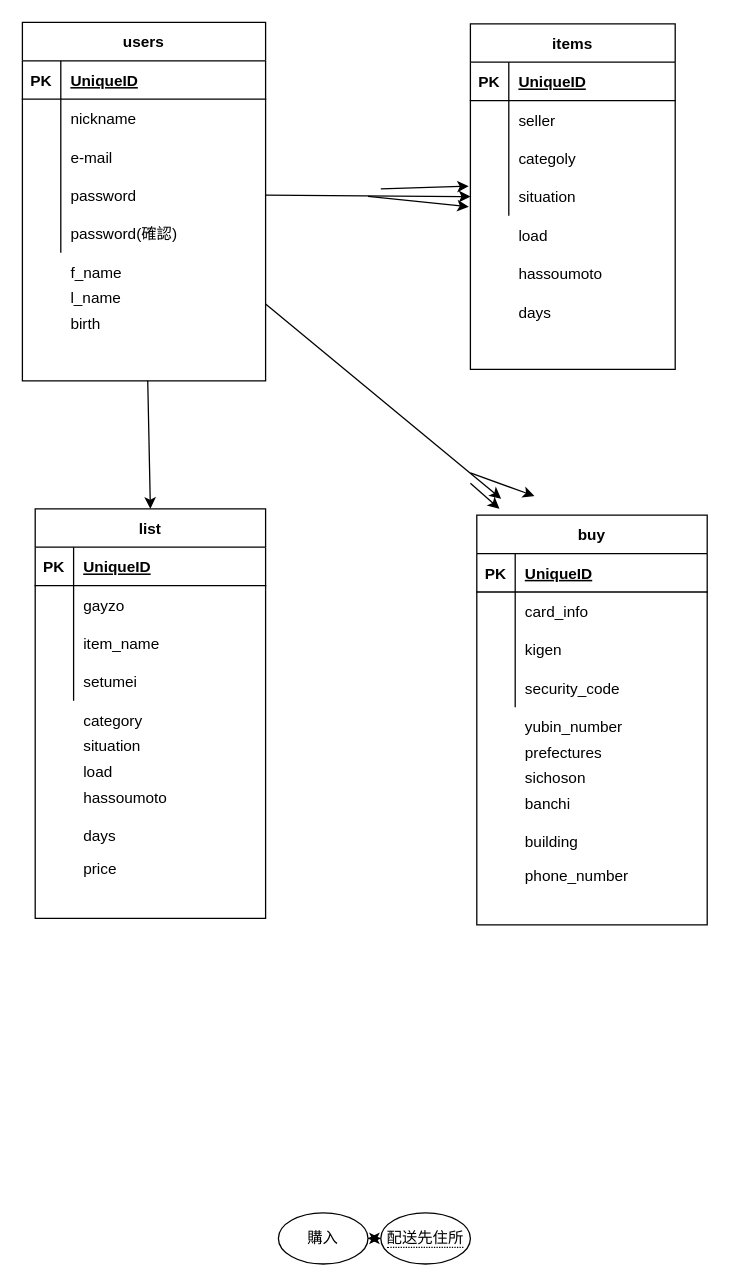
Before: config/DB設計.dio in s-oto/furima-39720, a draw.io diagram. Source tidied: cells renumbered, new cells numbered last; positions are measured from the earlier drawing's top-left corner, leaving out a move shared by most shapes. Both pictures are drawn from the tidied source at 128%, with x=0, y=0 at pixel (22, 22).
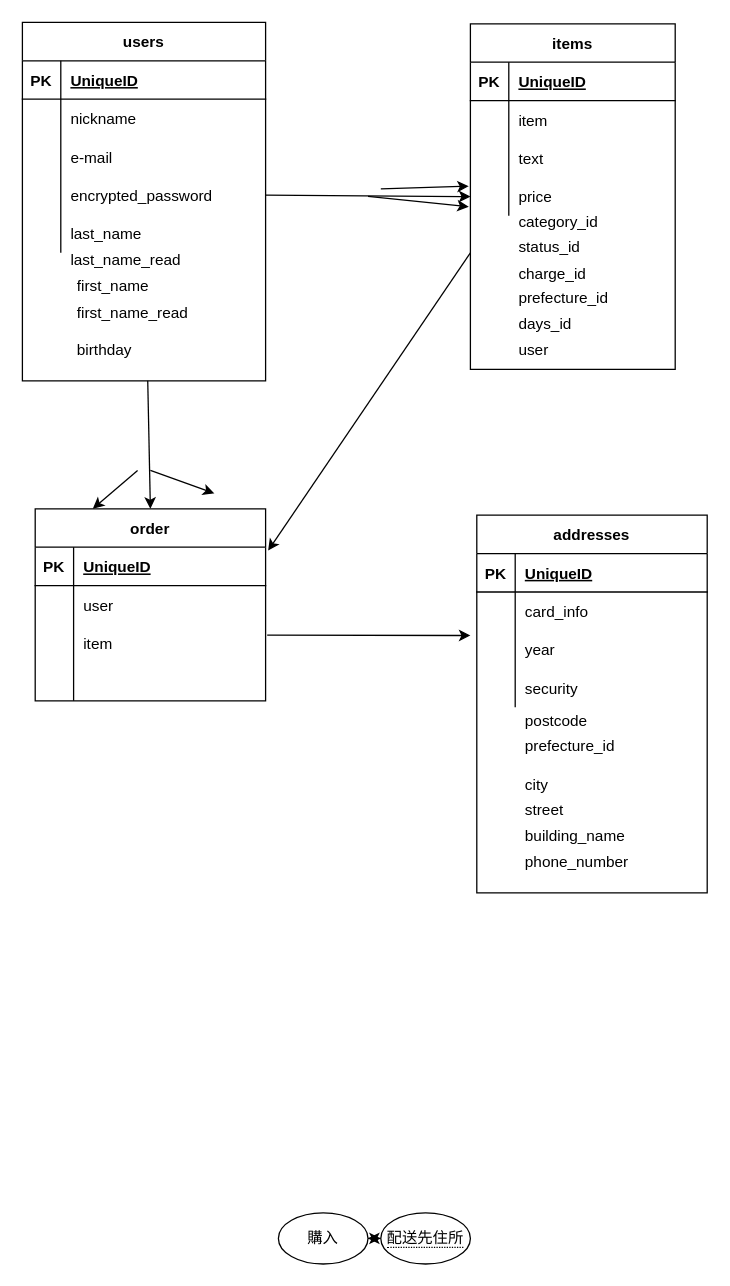
The same page after the edit.

The change refers to these unchanged cells:
```xml
<mxCell id="6" style="shape=tableRow;horizontal=0;startSize=0;swimlaneHead=0;swimlaneBody=0;fillColor=none;top=0;left=0;right=0;bottom=0;" parent="2" vertex="1">
  <mxGeometry y="60" width="160" height="30" as="geometry" />
</mxCell>
<mxCell id="9" style="shape=tableRow;horizontal=0;startSize=0;swimlaneHead=0;swimlaneBody=0;fillColor=none;top=0;left=0;right=0;bottom=0;" parent="2" vertex="1">
  <mxGeometry y="90" width="160" height="30" as="geometry" />
</mxCell>
<mxCell id="12" style="shape=tableRow;horizontal=0;startSize=0;swimlaneHead=0;swimlaneBody=0;fillColor=none;points=[[0,0.5],[1,0.5]];portConstraint=eastwest;top=0;left=0;right=0;bottom=0;" parent="2" vertex="1">
  <mxGeometry y="120" width="160" height="30" as="geometry" />
</mxCell>
<mxCell id="29" style="shape=tableRow;horizontal=0;startSize=0;swimlaneHead=0;swimlaneBody=0;fillColor=none;points=[[0,0.5],[1,0.5]];portConstraint=eastwest;top=0;left=0;right=0;bottom=0;" parent="19" vertex="1">
  <mxGeometry y="120" width="190" height="30" as="geometry" />
</mxCell>
<mxCell id="32" style="shape=tableRow;horizontal=0;startSize=0;swimlaneHead=0;swimlaneBody=0;fillColor=none;top=0;left=0;right=0;bottom=0;" parent="19" vertex="1">
  <mxGeometry y="150" width="190" height="30" as="geometry" />
</mxCell>
<mxCell id="36" style="shape=tableRow;horizontal=0;startSize=0;swimlaneHead=0;swimlaneBody=0;fillColor=none;points=[[0,0.5],[1,0.5]];portConstraint=eastwest;top=0;left=0;right=0;bottom=1;" parent="35" vertex="1">
  <mxGeometry y="30" width="180" height="30" as="geometry" />
</mxCell>
<mxCell id="39" style="shape=tableRow;horizontal=0;startSize=0;swimlaneHead=0;swimlaneBody=0;fillColor=none;top=0;left=0;right=0;bottom=0;" parent="35" vertex="1">
  <mxGeometry y="60" width="180" height="30" as="geometry" />
</mxCell>
<mxCell id="42" style="shape=tableRow;horizontal=0;startSize=0;swimlaneHead=0;swimlaneBody=0;fillColor=none;points=[[0,0.5],[1,0.5]];portConstraint=eastwest;top=0;left=0;right=0;bottom=0;" parent="35" vertex="1">
  <mxGeometry y="90" width="180" height="30" as="geometry" />
</mxCell>
<mxCell id="45" style="shape=tableRow;horizontal=0;startSize=0;swimlaneHead=0;swimlaneBody=0;fillColor=none;top=0;left=0;right=0;bottom=0;" parent="35" vertex="1">
  <mxGeometry y="120" width="180" height="30" as="geometry" />
</mxCell>
<mxCell id="70" style="shape=tableRow;horizontal=0;startSize=0;swimlaneHead=0;swimlaneBody=0;fillColor=none;top=0;left=0;right=0;bottom=0;" parent="63" vertex="1">
  <mxGeometry y="90" width="180" height="30" as="geometry" />
</mxCell>
<mxCell id="73" style="shape=tableRow;horizontal=0;startSize=0;swimlaneHead=0;swimlaneBody=0;fillColor=none;top=0;left=0;right=0;bottom=0;" parent="63" vertex="1">
  <mxGeometry y="120" width="180" height="30" as="geometry" />
</mxCell>
```

The edit, as a diff of the source:
```diff
@@
-    <mxCell id="8" value="seller" style="shape=partialRectangle;fillColor=none;top=0;left=0;bottom=0;right=0;align=left;spacingLeft=6;overflow=hidden;" parent="6" vertex="1">
+    <mxCell id="8" value="item" style="shape=partialRectangle;fillColor=none;top=0;left=0;bottom=0;right=0;align=left;spacingLeft=6;overflow=hidden;" parent="6" vertex="1">
       <mxGeometry x="30" width="130" height="30" as="geometry" />
     </mxCell>
@@
-    <mxCell id="11" value="categoly" style="shape=partialRectangle;fillColor=none;top=0;left=0;bottom=0;right=0;align=left;spacingLeft=6;overflow=hidden;" parent="9" vertex="1">
+    <mxCell id="11" value="text" style="shape=partialRectangle;fillColor=none;top=0;left=0;bottom=0;right=0;align=left;spacingLeft=6;overflow=hidden;" parent="9" vertex="1">
       <mxGeometry x="30" width="130" height="30" as="geometry" />
     </mxCell>
@@
-    <mxCell id="14" value="situation" style="shape=partialRectangle;fillColor=none;top=0;left=0;bottom=0;right=0;align=left;spacingLeft=6;overflow=hidden;" parent="12" vertex="1">
+    <mxCell id="14" value="price" style="shape=partialRectangle;fillColor=none;top=0;left=0;bottom=0;right=0;align=left;spacingLeft=6;overflow=hidden;" parent="12" vertex="1">
       <mxGeometry x="30" width="130" height="30" as="geometry" />
     </mxCell>
-    <mxCell id="15" value="load" style="shape=partialRectangle;fillColor=none;top=0;left=0;bottom=0;right=0;align=left;spacingLeft=6;overflow=hidden;" parent="1" vertex="1">
-      <mxGeometry x="380" y="151.1" width="130" height="30" as="geometry" />
+    <mxCell id="15" value="category_id" style="shape=partialRectangle;fillColor=none;top=0;left=0;bottom=0;right=0;align=left;spacingLeft=6;overflow=hidden;" parent="1" vertex="1">
+      <mxGeometry x="380" y="140" width="130" height="30" as="geometry" />
     </mxCell>
@@
-    <mxCell id="31" value="password" style="shape=partialRectangle;fillColor=none;top=0;left=0;bottom=0;right=0;align=left;spacingLeft=6;overflow=hidden;" parent="29" vertex="1">
+    <mxCell id="31" value="encrypted_password" style="shape=partialRectangle;fillColor=none;top=0;left=0;bottom=0;right=0;align=left;spacingLeft=6;overflow=hidden;" parent="29" vertex="1">
       <mxGeometry x="30" width="160" height="30" as="geometry" />
     </mxCell>
@@
-    <mxCell id="34" value="password(確認)" style="shape=partialRectangle;fillColor=none;top=0;left=0;bottom=0;right=0;align=left;spacingLeft=6;overflow=hidden;" parent="32" vertex="1">
+    <mxCell id="34" value="last_name" style="shape=partialRectangle;fillColor=none;top=0;left=0;bottom=0;right=0;align=left;spacingLeft=6;overflow=hidden;" parent="32" vertex="1">
       <mxGeometry x="30" width="160" height="30" as="geometry" />
     </mxCell>
-    <mxCell id="35" value="list" style="shape=table;startSize=30;childLayout=tableLayout;rowLines=0;fontStyle=1;align=center;" parent="1" vertex="1">
-      <mxGeometry x="10" y="380" width="180" height="320" as="geometry" />
+    <mxCell id="35" value="order" style="shape=table;startSize=30;childLayout=tableLayout;rowLines=0;fontStyle=1;align=center;" parent="1" vertex="1">
+      <mxGeometry x="10" y="380" width="180" height="150" as="geometry" />
     </mxCell>
@@
-    <mxCell id="41" value="gayzo" style="shape=partialRectangle;fillColor=none;top=0;left=0;bottom=0;right=0;align=left;spacingLeft=6;overflow=hidden;" parent="39" vertex="1">
+    <mxCell id="41" value="user" style="shape=partialRectangle;fillColor=none;top=0;left=0;bottom=0;right=0;align=left;spacingLeft=6;overflow=hidden;" parent="39" vertex="1">
       <mxGeometry x="30" width="150" height="30" as="geometry" />
     </mxCell>
@@
-    <mxCell id="44" value="item_name" style="shape=partialRectangle;fillColor=none;top=0;left=0;bottom=0;right=0;align=left;spacingLeft=6;overflow=hidden;" parent="42" vertex="1">
+    <mxCell id="44" value="item" style="shape=partialRectangle;fillColor=none;top=0;left=0;bottom=0;right=0;align=left;spacingLeft=6;overflow=hidden;" parent="42" vertex="1">
       <mxGeometry x="30" width="150" height="30" as="geometry" />
     </mxCell>
@@
-    <mxCell id="47" value="setumei" style="shape=partialRectangle;fillColor=none;top=0;left=0;bottom=0;right=0;align=left;spacingLeft=6;overflow=hidden;" parent="45" vertex="1">
+    <mxCell id="47" style="shape=partialRectangle;fillColor=none;top=0;left=0;bottom=0;right=0;align=left;spacingLeft=6;overflow=hidden;" parent="45" vertex="1">
       <mxGeometry x="30" width="150" height="30" as="geometry" />
     </mxCell>
@@
-    <mxCell id="52" value="f_name" style="shape=partialRectangle;fillColor=none;top=0;left=0;bottom=0;right=0;align=left;spacingLeft=6;overflow=hidden;" parent="1" vertex="1">
-      <mxGeometry x="30" y="180" width="160" height="30" as="geometry" />
+    <mxCell id="52" value="first_name" style="shape=partialRectangle;fillColor=none;top=0;left=0;bottom=0;right=0;align=left;spacingLeft=6;overflow=hidden;" parent="1" vertex="1">
+      <mxGeometry x="35" y="190" width="160" height="30" as="geometry" />
     </mxCell>
-    <mxCell id="53" value="l_name" style="shape=partialRectangle;fillColor=none;top=0;left=0;bottom=0;right=0;align=left;spacingLeft=6;overflow=hidden;" parent="1" vertex="1">
-      <mxGeometry x="30" y="200" width="160" height="30" as="geometry" />
+    <mxCell id="53" value="last_name_read" style="shape=partialRectangle;fillColor=none;top=0;left=0;bottom=0;right=0;align=left;spacingLeft=6;overflow=hidden;" parent="1" vertex="1">
+      <mxGeometry x="30" y="170" width="160" height="30" as="geometry" />
     </mxCell>
-    <mxCell id="54" value="birth" style="shape=partialRectangle;fillColor=none;top=0;left=0;bottom=0;right=0;align=left;spacingLeft=6;overflow=hidden;" parent="1" vertex="1">
-      <mxGeometry x="30" y="220" width="160" height="30" as="geometry" />
+    <mxCell id="54" value="birthday" style="shape=partialRectangle;fillColor=none;top=0;left=0;bottom=0;right=0;align=left;spacingLeft=6;overflow=hidden;" parent="1" vertex="1">
+      <mxGeometry x="35" y="240" width="160" height="30" as="geometry" />
     </mxCell>
-    <mxCell id="55" value="hassoumoto" style="shape=partialRectangle;fillColor=none;top=0;left=0;bottom=0;right=0;align=left;spacingLeft=6;overflow=hidden;" parent="1" vertex="1">
-      <mxGeometry x="380" y="181.1" width="130" height="30" as="geometry" />
+    <mxCell id="55" value="status_id" style="shape=partialRectangle;fillColor=none;top=0;left=0;bottom=0;right=0;align=left;spacingLeft=6;overflow=hidden;" parent="1" vertex="1">
+      <mxGeometry x="380" y="160" width="130" height="30" as="geometry" />
     </mxCell>
-    <mxCell id="56" value="days" style="shape=partialRectangle;fillColor=none;top=0;left=0;bottom=0;right=0;align=left;spacingLeft=6;overflow=hidden;" parent="1" vertex="1">
-      <mxGeometry x="380" y="211.1" width="130" height="30" as="geometry" />
+    <mxCell id="56" value="charge_id" style="shape=partialRectangle;fillColor=none;top=0;left=0;bottom=0;right=0;align=left;spacingLeft=6;overflow=hidden;" parent="1" vertex="1">
+      <mxGeometry x="380" y="181.1" width="130" height="30" as="geometry" />
     </mxCell>
-    <mxCell id="57" value="category" style="shape=partialRectangle;fillColor=none;top=0;left=0;bottom=0;right=0;align=left;spacingLeft=6;overflow=hidden;" parent="1" vertex="1">
-      <mxGeometry x="40" y="530" width="150" height="30" as="geometry" />
-    </mxCell>
-    <mxCell id="58" value="situation" style="shape=partialRectangle;fillColor=none;top=0;left=0;bottom=0;right=0;align=left;spacingLeft=6;overflow=hidden;" parent="1" vertex="1">
-      <mxGeometry x="40" y="550" width="150" height="30" as="geometry" />
-    </mxCell>
-    <mxCell id="59" value="load" style="shape=partialRectangle;fillColor=none;top=0;left=0;bottom=0;right=0;align=left;spacingLeft=6;overflow=hidden;" parent="1" vertex="1">
-      <mxGeometry x="40" y="570" width="150" height="30" as="geometry" />
-    </mxCell>
-    <mxCell id="60" value="hassoumoto" style="shape=partialRectangle;fillColor=none;top=0;left=0;bottom=0;right=0;align=left;spacingLeft=6;overflow=hidden;" parent="1" vertex="1">
-      <mxGeometry x="40" y="590" width="150" height="30" as="geometry" />
-    </mxCell>
-    <mxCell id="61" value="days" style="shape=partialRectangle;fillColor=none;top=0;left=0;bottom=0;right=0;align=left;spacingLeft=6;overflow=hidden;" parent="1" vertex="1">
-      <mxGeometry x="40" y="620" width="150" height="30" as="geometry" />
-    </mxCell>
-    <mxCell id="62" value="price" style="shape=partialRectangle;fillColor=none;top=0;left=0;bottom=0;right=0;align=left;spacingLeft=6;overflow=hidden;" parent="1" vertex="1">
-      <mxGeometry x="40" y="646" width="150" height="30" as="geometry" />
-    </mxCell>
-    <mxCell id="63" value="buy" style="shape=table;startSize=30;childLayout=tableLayout;rowLines=0;fontStyle=1;align=center;" parent="1" vertex="1">
-      <mxGeometry x="355" y="385" width="180" height="320" as="geometry" />
+    <mxCell id="63" value="addresses" style="shape=table;startSize=30;childLayout=tableLayout;rowLines=0;fontStyle=1;align=center;" parent="1" vertex="1">
+      <mxGeometry x="355" y="385" width="180" height="295" as="geometry" />
     </mxCell>
@@
-    <mxCell id="72" value="kigen" style="shape=partialRectangle;fillColor=none;top=0;left=0;bottom=0;right=0;align=left;spacingLeft=6;overflow=hidden;" parent="70" vertex="1">
+    <mxCell id="72" value="year" style="shape=partialRectangle;fillColor=none;top=0;left=0;bottom=0;right=0;align=left;spacingLeft=6;overflow=hidden;" parent="70" vertex="1">
       <mxGeometry x="30" width="150" height="30" as="geometry" />
     </mxCell>
@@
-    <mxCell id="75" value="security_code" style="shape=partialRectangle;fillColor=none;top=0;left=0;bottom=0;right=0;align=left;spacingLeft=6;overflow=hidden;" parent="73" vertex="1">
+    <mxCell id="75" value="security" style="shape=partialRectangle;fillColor=none;top=0;left=0;bottom=0;right=0;align=left;spacingLeft=6;overflow=hidden;" parent="73" vertex="1">
       <mxGeometry x="30" width="150" height="30" as="geometry" />
     </mxCell>
-    <mxCell id="76" value="yubin_number" style="shape=partialRectangle;fillColor=none;top=0;left=0;bottom=0;right=0;align=left;spacingLeft=6;overflow=hidden;" parent="1" vertex="1">
-      <mxGeometry x="385" y="535" width="150" height="30" as="geometry" />
-    </mxCell>
-    <mxCell id="77" value="prefectures" style="shape=partialRectangle;fillColor=none;top=0;left=0;bottom=0;right=0;align=left;spacingLeft=6;overflow=hidden;" parent="1" vertex="1">
-      <mxGeometry x="385" y="555" width="150" height="30" as="geometry" />
-    </mxCell>
-    <mxCell id="78" value="sichoson" style="shape=partialRectangle;fillColor=none;top=0;left=0;bottom=0;right=0;align=left;spacingLeft=6;overflow=hidden;" parent="1" vertex="1">
-      <mxGeometry x="385" y="575" width="150" height="30" as="geometry" />
-    </mxCell>
-    <mxCell id="79" value="banchi" style="shape=partialRectangle;fillColor=none;top=0;left=0;bottom=0;right=0;align=left;spacingLeft=6;overflow=hidden;" parent="1" vertex="1">
-      <mxGeometry x="385" y="595" width="150" height="30" as="geometry" />
-    </mxCell>
-    <mxCell id="80" value="building" style="shape=partialRectangle;fillColor=none;top=0;left=0;bottom=0;right=0;align=left;spacingLeft=6;overflow=hidden;" parent="1" vertex="1">
-      <mxGeometry x="385" y="625" width="150" height="30" as="geometry" />
+    <mxCell id="80" value="building_name" style="shape=partialRectangle;fillColor=none;top=0;left=0;bottom=0;right=0;align=left;spacingLeft=6;overflow=hidden;" parent="1" vertex="1">
+      <mxGeometry x="385" y="620" width="150" height="30" as="geometry" />
     </mxCell>
     <mxCell id="81" value="phone_number" style="shape=partialRectangle;fillColor=none;top=0;left=0;bottom=0;right=0;align=left;spacingLeft=6;overflow=hidden;" parent="1" vertex="1">
-      <mxGeometry x="385" y="651" width="150" height="30" as="geometry" />
+      <mxGeometry x="385" y="640" width="150" height="30" as="geometry" />
     </mxCell>
@@
-    <mxCell id="83" style="edgeStyle=none;html=1;entryX=0;entryY=0.5;entryDx=0;entryDy=0;" parent="1" edge="1">
+    <mxCell id="83" style="edgeStyle=none;html=1;entryX=1.011;entryY=0.089;entryDx=0;entryDy=0;entryPerimeter=0;" parent="1" edge="1" target="36">
       <mxGeometry relative="1" as="geometry">
-        <mxPoint x="190" y="220" as="sourcePoint" />
-        <mxPoint x="374" y="372.1" as="targetPoint" />
+        <mxPoint x="350" y="180" as="sourcePoint" />
       </mxGeometry>
     </mxCell>
-    <mxCell id="84" style="edgeStyle=none;html=1;entryX=-0.008;entryY=0.764;entryDx=0;entryDy=0;entryPerimeter=0;" parent="1" edge="1">
+    <mxCell id="84" style="edgeStyle=none;html=1;entryX=0.25;entryY=0;entryDx=0;entryDy=0;" parent="1" edge="1" target="35">
       <mxGeometry relative="1" as="geometry">
-        <mxPoint x="350" y="360" as="sourcePoint" />
-        <mxPoint x="372.7" y="380" as="targetPoint" />
+        <mxPoint x="90" y="350" as="sourcePoint" />
       </mxGeometry>
     </mxCell>
     <mxCell id="85" style="edgeStyle=none;html=1;" parent="1" edge="1">
       <mxGeometry relative="1" as="geometry">
-        <mxPoint x="350" y="352" as="sourcePoint" />
-        <mxPoint x="400" y="370" as="targetPoint" />
+        <mxPoint x="100" y="350" as="sourcePoint" />
+        <mxPoint x="150" y="368" as="targetPoint" />
       </mxGeometry>
     </mxCell>
+    <mxCell id="86" value="first_name_read" style="shape=partialRectangle;fillColor=none;top=0;left=0;bottom=0;right=0;align=left;spacingLeft=6;overflow=hidden;" parent="1" vertex="1">
+      <mxGeometry x="35" y="211.1" width="160" height="30" as="geometry" />
+    </mxCell>
+    <mxCell id="87" value="prefecture_id" style="shape=partialRectangle;fillColor=none;top=0;left=0;bottom=0;right=0;align=left;spacingLeft=6;overflow=hidden;" parent="1" vertex="1">
+      <mxGeometry x="380" y="200" width="130" height="30" as="geometry" />
+    </mxCell>
+    <mxCell id="88" value="days_id" style="shape=partialRectangle;fillColor=none;top=0;left=0;bottom=0;right=0;align=left;spacingLeft=6;overflow=hidden;" parent="1" vertex="1">
+      <mxGeometry x="380" y="220" width="130" height="30" as="geometry" />
+    </mxCell>
+    <mxCell id="89" value="city" style="shape=partialRectangle;fillColor=none;top=0;left=0;bottom=0;right=0;align=left;spacingLeft=6;overflow=hidden;" parent="1" vertex="1">
+      <mxGeometry x="385" y="580" width="150" height="30" as="geometry" />
+    </mxCell>
+    <mxCell id="90" style="edgeStyle=none;html=1;exitX=1.007;exitY=0.289;exitDx=0;exitDy=0;exitPerimeter=0;" parent="1" edge="1" source="42">
+      <mxGeometry relative="1" as="geometry">
+        <mxPoint x="350" y="479" as="targetPoint" />
+      </mxGeometry>
+    </mxCell>
+    <mxCell id="91" value="street" style="shape=partialRectangle;fillColor=none;top=0;left=0;bottom=0;right=0;align=left;spacingLeft=6;overflow=hidden;" parent="1" vertex="1">
+      <mxGeometry x="385" y="600" width="150" height="30" as="geometry" />
+    </mxCell>
+    <mxCell id="92" value="postcode" style="shape=partialRectangle;fillColor=none;top=0;left=0;bottom=0;right=0;align=left;spacingLeft=6;overflow=hidden;" parent="1" vertex="1">
+      <mxGeometry x="385" y="530" width="150" height="30" as="geometry" />
+    </mxCell>
+    <mxCell id="93" value="user" style="shape=partialRectangle;fillColor=none;top=0;left=0;bottom=0;right=0;align=left;spacingLeft=6;overflow=hidden;" parent="1" vertex="1">
+      <mxGeometry x="380" y="240" width="130" height="30" as="geometry" />
+    </mxCell>
+    <mxCell id="94" value="prefecture_id" style="shape=partialRectangle;fillColor=none;top=0;left=0;bottom=0;right=0;align=left;spacingLeft=6;overflow=hidden;" parent="1" vertex="1">
+      <mxGeometry x="385" y="550" width="150" height="30" as="geometry" />
+    </mxCell>
```
